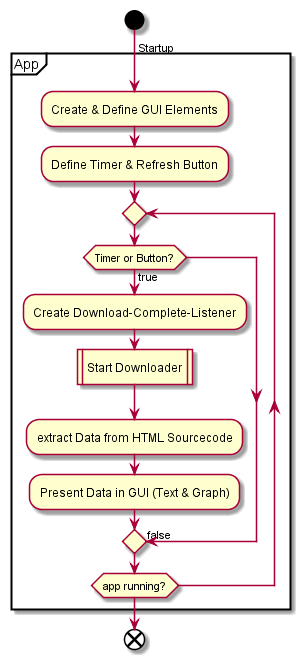
stege00/Raeucherofen keeps this PlantUML diagram as 01_Bericht/PlantUML-Diagramme/out/Android_App/android_app/android_app.png. Above is the earlier version.
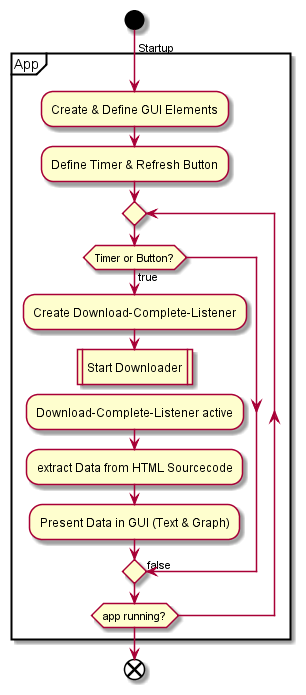
The same file after the commit.

Commit message:
Correct uml of android app (main activity)

What changed in the source:
```diff
@@ -8,6 +8,8 @@
         if (Timer or Button?) then (true)
             :Create Download-Complete-Listener;
             :Start Downloader|
+            detach
+            :Download-Complete-Listener active;
             :extract Data from HTML Sourcecode;
             :Present Data in GUI (Text & Graph);
 
```
